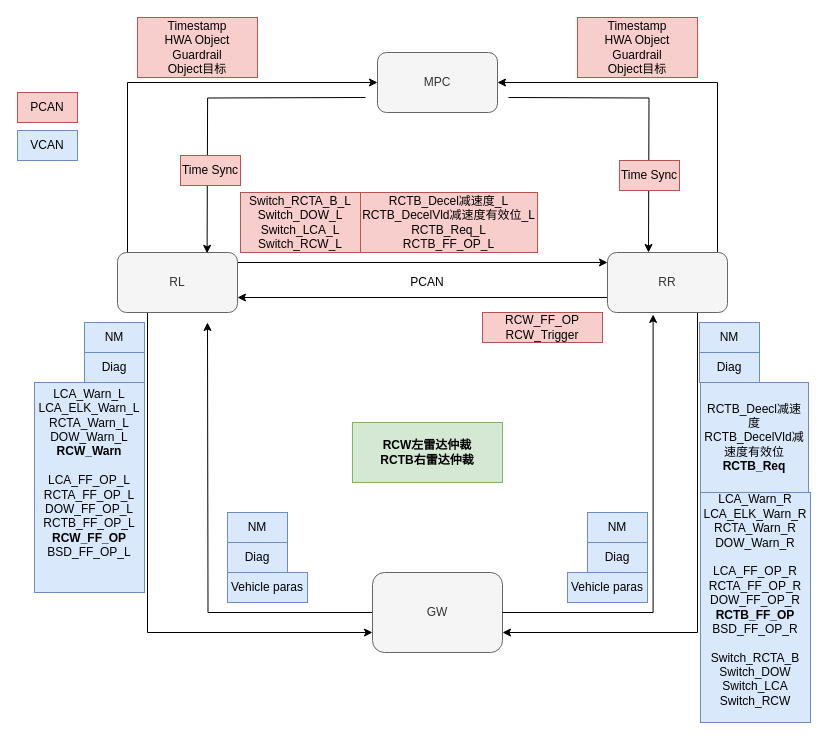
This is BJEV_Sidefeature_N50_N51.drawio from LeoHan369/DrawIO, a draw.io file, before an edit. Source tidied: cells renumbered, new cells numbered last; positions are measured from the earlier drawing's top-left corner, leaving out a move shared by most shapes. Both pictures are drawn from the tidied source at 100%, with x=0, y=0 at pixel (17, 17).
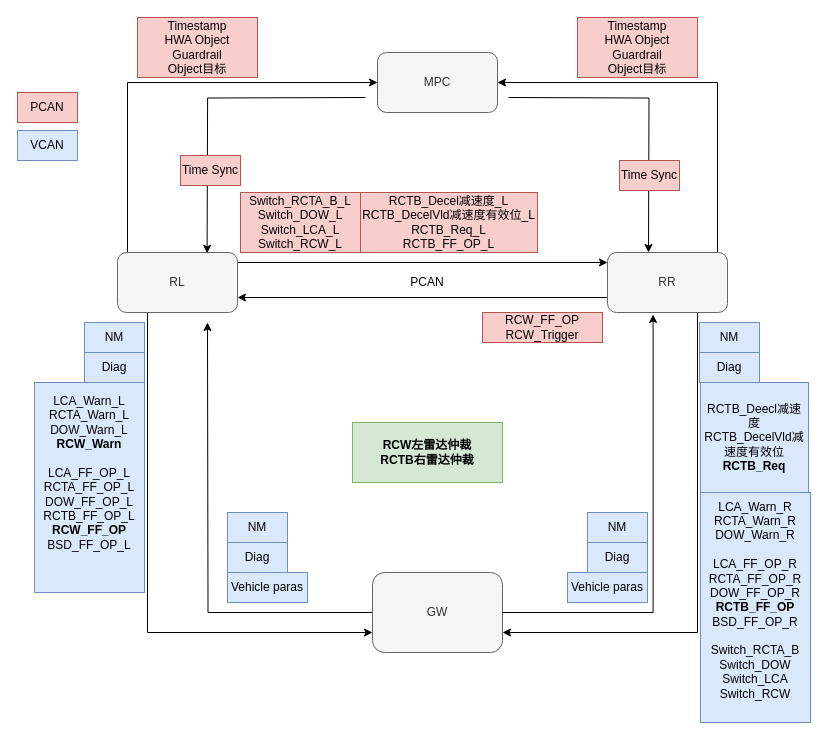
Above is the later version.

What changed in the source:
```diff
@@
-    <mxCell id="37" value="LCA_Warn_L&lt;div&gt;LCA_ELK_Warn_L&lt;br&gt;&lt;div&gt;RCTA_Warn_L&lt;/div&gt;&lt;div&gt;DOW_Warn_L&lt;/div&gt;&lt;div&gt;&lt;b&gt;RCW_Warn&lt;/b&gt;&lt;div&gt;&lt;br&gt;&lt;/div&gt;&lt;div&gt;LCA_FF_OP_L&lt;/div&gt;&lt;div&gt;RCTA_FF_OP_L&lt;/div&gt;&lt;div&gt;DOW_FF_OP_L&lt;/div&gt;&lt;div&gt;RCTB_FF_OP_L&lt;/div&gt;&lt;div&gt;&lt;b&gt;RCW_FF_OP&lt;/b&gt;&lt;/div&gt;&lt;div&gt;BSD_FF_OP_L&lt;/div&gt;&lt;div&gt;&lt;br&gt;&lt;div&gt;&lt;br&gt;&lt;/div&gt;&lt;/div&gt;&lt;/div&gt;&lt;/div&gt;" style="text;strokeColor=#6c8ebf;align=center;fillColor=#dae8fc;html=1;verticalAlign=middle;whiteSpace=wrap;rounded=0;" parent="1" vertex="1">
+    <mxCell id="37" value="LCA_Warn_L&lt;div&gt;&lt;div&gt;RCTA_Warn_L&lt;/div&gt;&lt;div&gt;DOW_Warn_L&lt;/div&gt;&lt;div&gt;&lt;b&gt;RCW_Warn&lt;/b&gt;&lt;div&gt;&lt;br&gt;&lt;/div&gt;&lt;div&gt;LCA_FF_OP_L&lt;/div&gt;&lt;div&gt;RCTA_FF_OP_L&lt;/div&gt;&lt;div&gt;DOW_FF_OP_L&lt;/div&gt;&lt;div&gt;RCTB_FF_OP_L&lt;/div&gt;&lt;div&gt;&lt;b&gt;RCW_FF_OP&lt;/b&gt;&lt;/div&gt;&lt;div&gt;BSD_FF_OP_L&lt;/div&gt;&lt;div&gt;&lt;br&gt;&lt;div&gt;&lt;br&gt;&lt;/div&gt;&lt;/div&gt;&lt;/div&gt;&lt;/div&gt;" style="text;strokeColor=#6c8ebf;align=center;fillColor=#dae8fc;html=1;verticalAlign=middle;whiteSpace=wrap;rounded=0;" parent="1" vertex="1">
       <mxGeometry x="17" y="365" width="110" height="210" as="geometry" />
     </mxCell>
@@
-    <mxCell id="39" value="LCA_Warn_R&lt;div&gt;LCA_ELK_Warn_R&lt;br&gt;&lt;div&gt;RCTA_Warn_R&lt;/div&gt;&lt;div&gt;DOW_Warn_R&lt;/div&gt;&lt;div&gt;&lt;div&gt;&lt;br&gt;&lt;/div&gt;&lt;div&gt;LCA_FF_OP_R&lt;/div&gt;&lt;div&gt;RCTA_FF_OP_R&lt;/div&gt;&lt;div&gt;DOW_FF_OP_R&lt;/div&gt;&lt;div&gt;&lt;b&gt;RCTB_FF_OP&lt;/b&gt;&lt;/div&gt;&lt;div&gt;BSD_FF_OP_R&lt;/div&gt;&lt;div&gt;&lt;br&gt;&lt;/div&gt;&lt;div&gt;Switch_RCTA_B&lt;/div&gt;&lt;div&gt;Switch_DOW&lt;/div&gt;&lt;div&gt;Switch_LCA&lt;/div&gt;&lt;div&gt;Switch_RCW&lt;br&gt;&lt;div&gt;&lt;br&gt;&lt;/div&gt;&lt;/div&gt;&lt;/div&gt;&lt;/div&gt;" style="text;strokeColor=#6c8ebf;align=center;fillColor=#dae8fc;html=1;verticalAlign=middle;whiteSpace=wrap;rounded=0;" parent="1" vertex="1">
+    <mxCell id="39" value="LCA_Warn_R&lt;div&gt;&lt;div&gt;RCTA_Warn_R&lt;/div&gt;&lt;div&gt;DOW_Warn_R&lt;/div&gt;&lt;div&gt;&lt;div&gt;&lt;br&gt;&lt;/div&gt;&lt;div&gt;LCA_FF_OP_R&lt;/div&gt;&lt;div&gt;RCTA_FF_OP_R&lt;/div&gt;&lt;div&gt;DOW_FF_OP_R&lt;/div&gt;&lt;div&gt;&lt;b&gt;RCTB_FF_OP&lt;/b&gt;&lt;/div&gt;&lt;div&gt;BSD_FF_OP_R&lt;/div&gt;&lt;div&gt;&lt;br&gt;&lt;/div&gt;&lt;div&gt;Switch_RCTA_B&lt;/div&gt;&lt;div&gt;Switch_DOW&lt;/div&gt;&lt;div&gt;Switch_LCA&lt;/div&gt;&lt;div&gt;Switch_RCW&lt;br&gt;&lt;div&gt;&lt;br&gt;&lt;/div&gt;&lt;/div&gt;&lt;/div&gt;&lt;/div&gt;" style="text;strokeColor=#6c8ebf;align=center;fillColor=#dae8fc;html=1;verticalAlign=middle;whiteSpace=wrap;rounded=0;" parent="1" vertex="1">
       <mxGeometry x="683" y="475" width="110" height="230" as="geometry" />
     </mxCell>
```
